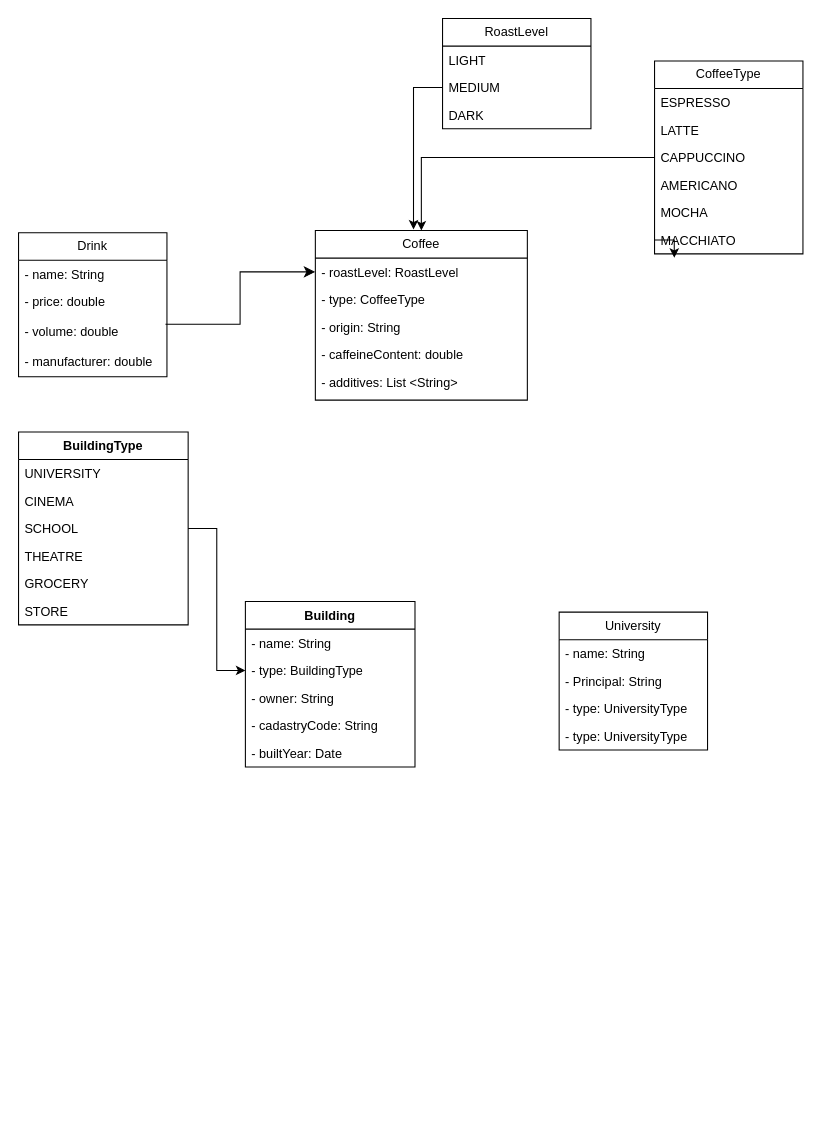
Earlier version of the draw.io diagram src/main/java/org/epamTask/Untitled Diagram.drawio (MariamAkiashvili/CoffeeMachineTask). Source tidied: cells renumbered, new cells numbered last; positions are measured from the earlier drawing's top-left corner, leaving out a move shared by most shapes. Both pictures are drawn from the tidied source at 106%, with x=0, y=0 at pixel (18, 18).
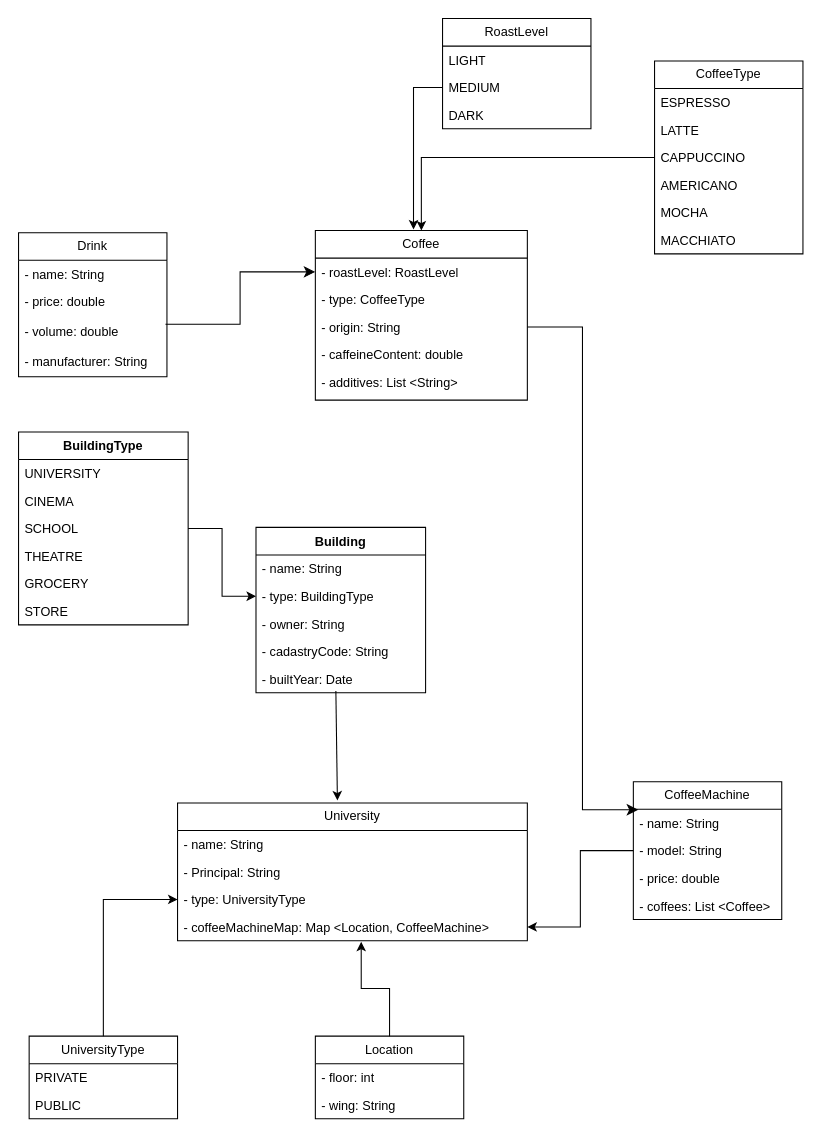
The same page after the edit.

The change refers to these unchanged cells:
```xml
<mxCell id="2" value="Drink" style="swimlane;fontStyle=0;horizontal=1;startSize=26;fillColor=none;whiteSpace=wrap;html=1;" parent="1" vertex="1">
  <mxGeometry y="202" width="140" height="136" as="geometry" />
</mxCell>
<mxCell id="10" value="- origin: String" style="text;strokeColor=none;fillColor=none;align=left;verticalAlign=top;spacingLeft=4;spacingRight=4;overflow=hidden;points=[[0,0.5],[1,0.5]];portConstraint=eastwest;whiteSpace=wrap;html=1;" parent="7" vertex="1">
  <mxGeometry y="78" width="200" height="26" as="geometry" />
</mxCell>
<mxCell id="19" value="- builtYear: Date" style="text;strokeColor=none;fillColor=none;align=left;verticalAlign=top;spacingLeft=4;spacingRight=4;overflow=hidden;points=[[0,0.5],[1,0.5]];portConstraint=eastwest;whiteSpace=wrap;html=1;" parent="14" vertex="1">
  <mxGeometry y="130" width="160" height="26" as="geometry" />
</mxCell>
<mxCell id="25" value="CoffeeType" style="swimlane;fontStyle=0;horizontal=1;startSize=26;fillColor=none;whiteSpace=wrap;html=1;" parent="1" vertex="1">
  <mxGeometry x="600" y="40" width="140" height="182" as="geometry" />
</mxCell>
<mxCell id="31" value="MACCHIATO" style="text;strokeColor=none;fillColor=none;align=left;verticalAlign=top;spacingLeft=4;spacingRight=4;overflow=hidden;points=[[0,0.5],[1,0.5]];portConstraint=eastwest;whiteSpace=wrap;html=1;" parent="25" vertex="1">
  <mxGeometry y="156" width="140" height="26" as="geometry" />
</mxCell>
```

What changed in the source:
```diff
@@
-    <mxCell id="6" value="- manufacturer: double" style="text;strokeColor=none;fillColor=none;align=left;verticalAlign=top;spacingLeft=4;spacingRight=4;overflow=hidden;whiteSpace=wrap;html=1;" parent="2" vertex="1">
+    <mxCell id="6" value="- manufacturer: String" style="text;strokeColor=none;fillColor=none;align=left;verticalAlign=top;spacingLeft=4;spacingRight=4;overflow=hidden;whiteSpace=wrap;html=1;" parent="2" vertex="1">
       <mxGeometry y="108" width="140" height="28" as="geometry" />
     </mxCell>
@@
     <mxCell id="14" value="Building" style="swimlane;fontStyle=1;align=center;verticalAlign=top;horizontal=1;startSize=26;whiteSpace=wrap;html=1;" parent="1" vertex="1">
-      <mxGeometry x="214" y="550" width="160" height="156" as="geometry" />
+      <mxGeometry x="224" y="480" width="160" height="156" as="geometry" />
     </mxCell>
@@
-    <mxCell id="32" style="edgeStyle=orthogonalEdgeStyle;rounded=0;orthogonalLoop=1;jettySize=auto;html=1;exitX=0;exitY=0.5;exitDx=0;exitDy=0;entryX=0.133;entryY=1.141;entryDx=0;entryDy=0;entryPerimeter=0;" parent="25" edge="1" source="31" target="31">
-      <mxGeometry relative="1" as="geometry" />
-    </mxCell>
@@
     <mxCell id="42" value="University" style="swimlane;fontStyle=0;horizontal=1;startSize=26;fillColor=none;whiteSpace=wrap;html=1;" parent="1" vertex="1">
-      <mxGeometry x="510" y="560" width="140" height="130" as="geometry" />
+      <mxGeometry x="150" y="740" width="330" height="130" as="geometry" />
     </mxCell>
     <mxCell id="43" value="- name: String" style="text;strokeColor=none;fillColor=none;align=left;verticalAlign=top;spacingLeft=4;spacingRight=4;overflow=hidden;whiteSpace=wrap;html=1;" parent="42" vertex="1">
-      <mxGeometry y="26" width="140" height="26" as="geometry" />
+      <mxGeometry y="26" width="330" height="26" as="geometry" />
     </mxCell>
     <mxCell id="44" value="- Principal: String" style="text;strokeColor=none;fillColor=none;align=left;verticalAlign=top;spacingLeft=4;spacingRight=4;overflow=hidden;whiteSpace=wrap;html=1;" parent="42" vertex="1">
-      <mxGeometry y="52" width="140" height="26" as="geometry" />
+      <mxGeometry y="52" width="330" height="26" as="geometry" />
     </mxCell>
     <mxCell id="45" value="- type: UniversityType" style="text;strokeColor=none;fillColor=none;align=left;verticalAlign=top;spacingLeft=4;spacingRight=4;overflow=hidden;points=[[0,0.5],[1,0.5]];portConstraint=eastwest;whiteSpace=wrap;html=1;" parent="42" vertex="1">
-      <mxGeometry y="78" width="140" height="26" as="geometry" />
+      <mxGeometry y="78" width="330" height="26" as="geometry" />
     </mxCell>
-    <mxCell id="46" value="- type: UniversityType" style="text;strokeColor=none;fillColor=none;align=left;verticalAlign=top;spacingLeft=4;spacingRight=4;overflow=hidden;points=[[0,0.5],[1,0.5]];portConstraint=eastwest;whiteSpace=wrap;html=1;" parent="42" vertex="1">
-      <mxGeometry y="104" width="140" height="26" as="geometry" />
+    <mxCell id="46" value="- coffeeMachineMap: Map &amp;lt;Location, CoffeeMachine&amp;gt;" style="text;strokeColor=none;fillColor=none;align=left;verticalAlign=top;spacingLeft=4;spacingRight=4;overflow=hidden;points=[[0,0.5],[1,0.5]];portConstraint=eastwest;whiteSpace=wrap;html=1;" parent="42" vertex="1">
+      <mxGeometry y="104" width="330" height="26" as="geometry" />
     </mxCell>
+    <mxCell id="47" style="endArrow=classic;html=1;rounded=0;exitX=0.471;exitY=0.936;exitDx=0;exitDy=0;exitPerimeter=0;entryX=0.457;entryY=-0.018;entryDx=0;entryDy=0;entryPerimeter=0;" parent="1" edge="1" source="19" target="42">
+      <mxGeometry relative="1" as="geometry" />
+    </mxCell>
+    <mxCell id="48" value="CoffeeMachine" style="swimlane;fontStyle=0;horizontal=1;startSize=26;fillColor=none;whiteSpace=wrap;html=1;" parent="1" vertex="1">
+      <mxGeometry x="580" y="720" width="140" height="130" as="geometry" />
+    </mxCell>
+    <mxCell id="49" value="- name: String" style="text;strokeColor=none;fillColor=none;align=left;verticalAlign=top;spacingLeft=4;spacingRight=4;overflow=hidden;points=[[0,0.5],[1,0.5]];portConstraint=eastwest;whiteSpace=wrap;html=1;" parent="48" vertex="1">
+      <mxGeometry y="26" width="140" height="26" as="geometry" />
+    </mxCell>
+    <mxCell id="50" value="- model: String" style="text;strokeColor=none;fillColor=none;align=left;verticalAlign=top;spacingLeft=4;spacingRight=4;overflow=hidden;points=[[0,0.5],[1,0.5]];portConstraint=eastwest;whiteSpace=wrap;html=1;" parent="48" vertex="1">
+      <mxGeometry y="52" width="140" height="26" as="geometry" />
+    </mxCell>
+    <mxCell id="51" value="- price: double" style="text;strokeColor=none;fillColor=none;align=left;verticalAlign=top;spacingLeft=4;spacingRight=4;overflow=hidden;whiteSpace=wrap;html=1;" parent="48" vertex="1">
+      <mxGeometry y="78" width="140" height="26" as="geometry" />
+    </mxCell>
+    <mxCell id="52" value="- coffees: List &amp;lt;Coffee&amp;gt;" style="text;strokeColor=none;fillColor=none;align=left;verticalAlign=top;spacingLeft=4;spacingRight=4;overflow=hidden;whiteSpace=wrap;html=1;" parent="48" vertex="1">
+      <mxGeometry y="104" width="140" height="26" as="geometry" />
+    </mxCell>
+    <mxCell id="53" style="edgeStyle=elbowEdgeStyle;elbow=horizontal;endArrow=classic;html=1;curved=0;rounded=0;endSize=8;startSize=8;entryX=0.033;entryY=0.013;entryDx=0;entryDy=0;entryPerimeter=0;exitX=1;exitY=0.5;exitDx=0;exitDy=0;" parent="1" edge="1" source="10" target="49">
+      <mxGeometry relative="1" as="geometry" />
+    </mxCell>
+    <mxCell id="54" style="edgeStyle=orthogonalEdgeStyle;rounded=0;jettySize=auto;html=1;entryX=1;entryY=0.5;entryDx=0;entryDy=0;" parent="1" edge="1" source="50" target="46">
+      <mxGeometry relative="1" as="geometry" />
+    </mxCell>
+    <mxCell id="55" style="edgeStyle=orthogonalEdgeStyle;rounded=0;jettySize=auto;html=1;exitX=0.5;exitY=0;exitDx=0;exitDy=0;entryX=0;entryY=0.5;entryDx=0;entryDy=0;" parent="1" edge="1" source="56" target="45">
+      <mxGeometry relative="1" as="geometry" />
+    </mxCell>
+    <mxCell id="56" value="UniversityType" style="swimlane;fontStyle=0;horizontal=1;startSize=26;fillColor=none;whiteSpace=wrap;html=1;" parent="1" vertex="1">
+      <mxGeometry x="10" y="960" width="140" height="78" as="geometry" />
+    </mxCell>
+    <mxCell id="57" value="PRIVATE" style="text;strokeColor=none;fillColor=none;align=left;verticalAlign=top;spacingLeft=4;spacingRight=4;overflow=hidden;whiteSpace=wrap;html=1;" parent="56" vertex="1">
+      <mxGeometry y="26" width="140" height="26" as="geometry" />
+    </mxCell>
+    <mxCell id="58" value="PUBLIC" style="text;strokeColor=none;fillColor=none;align=left;verticalAlign=top;spacingLeft=4;spacingRight=4;overflow=hidden;whiteSpace=wrap;html=1;" parent="56" vertex="1">
+      <mxGeometry y="52" width="140" height="26" as="geometry" />
+    </mxCell>
+    <mxCell id="59" value="Location" style="swimlane;fontStyle=0;horizontal=1;startSize=26;fillColor=none;whiteSpace=wrap;html=1;" parent="1" vertex="1">
+      <mxGeometry x="280" y="960" width="140" height="78" as="geometry" />
+    </mxCell>
+    <mxCell id="60" value="- floor: int" style="text;strokeColor=none;fillColor=none;align=left;verticalAlign=top;spacingLeft=4;spacingRight=4;overflow=hidden;whiteSpace=wrap;html=1;" parent="59" vertex="1">
+      <mxGeometry y="26" width="140" height="26" as="geometry" />
+    </mxCell>
+    <mxCell id="61" value="- wing: String" style="text;strokeColor=none;fillColor=none;align=left;verticalAlign=top;spacingLeft=4;spacingRight=4;overflow=hidden;whiteSpace=wrap;html=1;" parent="59" vertex="1">
+      <mxGeometry y="52" width="140" height="26" as="geometry" />
+    </mxCell>
+    <mxCell id="62" style="edgeStyle=orthogonalEdgeStyle;rounded=0;jettySize=auto;html=1;exitX=0.5;exitY=0;exitDx=0;exitDy=0;entryX=0.525;entryY=1.038;entryDx=0;entryDy=0;entryPerimeter=0;" parent="1" edge="1" source="59" target="46">
+      <mxGeometry relative="1" as="geometry" />
+    </mxCell>
```
